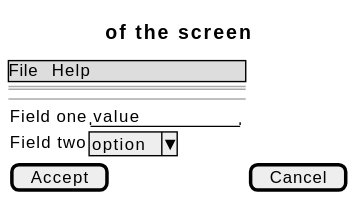
The PlantUML diagram docs/01-requirements/use-cases/processDeletionRequest/wireframes.svg in didactika/kampus, before a commit. The source it was exported from:
```plantuml
@startsalt
{
  {* File | Help }
  ==
  Title of the screen
  --
  {
    Field one | "value        "
    Field two | ^option^
  }
  [ Accept ] | [ Cancel ]
}
@endsalt
```
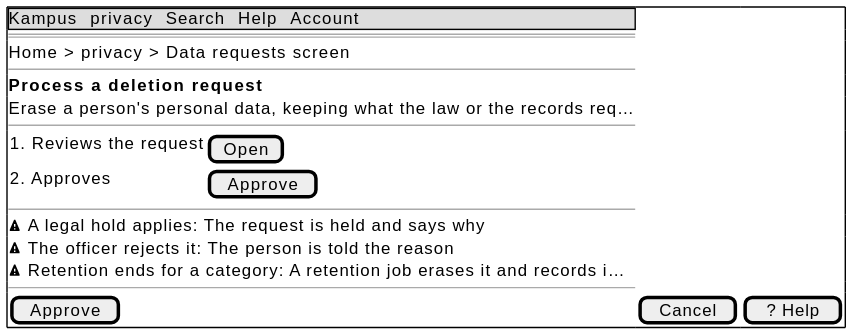
The same diagram one commit later.

The edit, as a diff of the source:
```diff
@@ -1,13 +1,21 @@
 @startsalt
-{
-  {* File | Help }
+{+
+  {* Kampus | privacy | Search | Help | Account }
   ==
-  Title of the screen
+  Home > privacy > Data requests screen
+  --
+  <b>Process a deletion request
+  Erase a person's personal data, keeping what the law or the records req…
   --
   {
-    Field one | "value        "
-    Field two | ^option^
+    1. Reviews the request | [ Open ]
+    2. Approves | [ Approve ]
   }
-  [ Accept ] | [ Cancel ]
+  --
+  <&warning> A legal hold applies: The request is held and says why
+  <&warning> The officer rejects it: The person is told the reason
+  <&warning> Retention ends for a category: A retention job erases it and records i…
+  --
+  [ Approve ] | [ Cancel ] | [ ? Help ]
 }
 @endsalt
```
